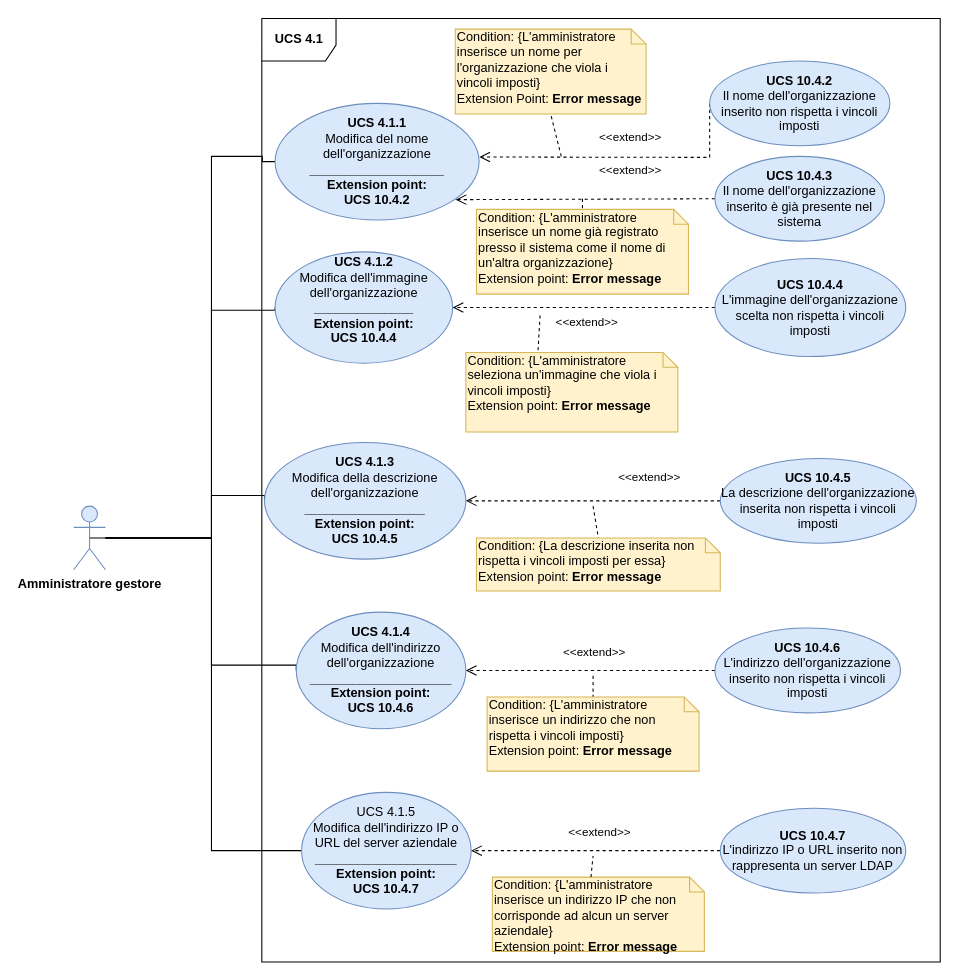
The draw.io diagram DocumentazioneEsterna/AnalisiDeiRequisiti/Sezioni/UseCase/draw.io/UC SERVER/4.1.drawio in qb-team/Stalker-Documentazione, before the edit. Source tidied: cells renumbered, new cells numbered last; positions are measured from the earlier drawing's top-left corner, leaving out a move shared by most shapes. Both pictures are drawn from the tidied source at 106%, with x=0, y=0 at pixel (73, 18).
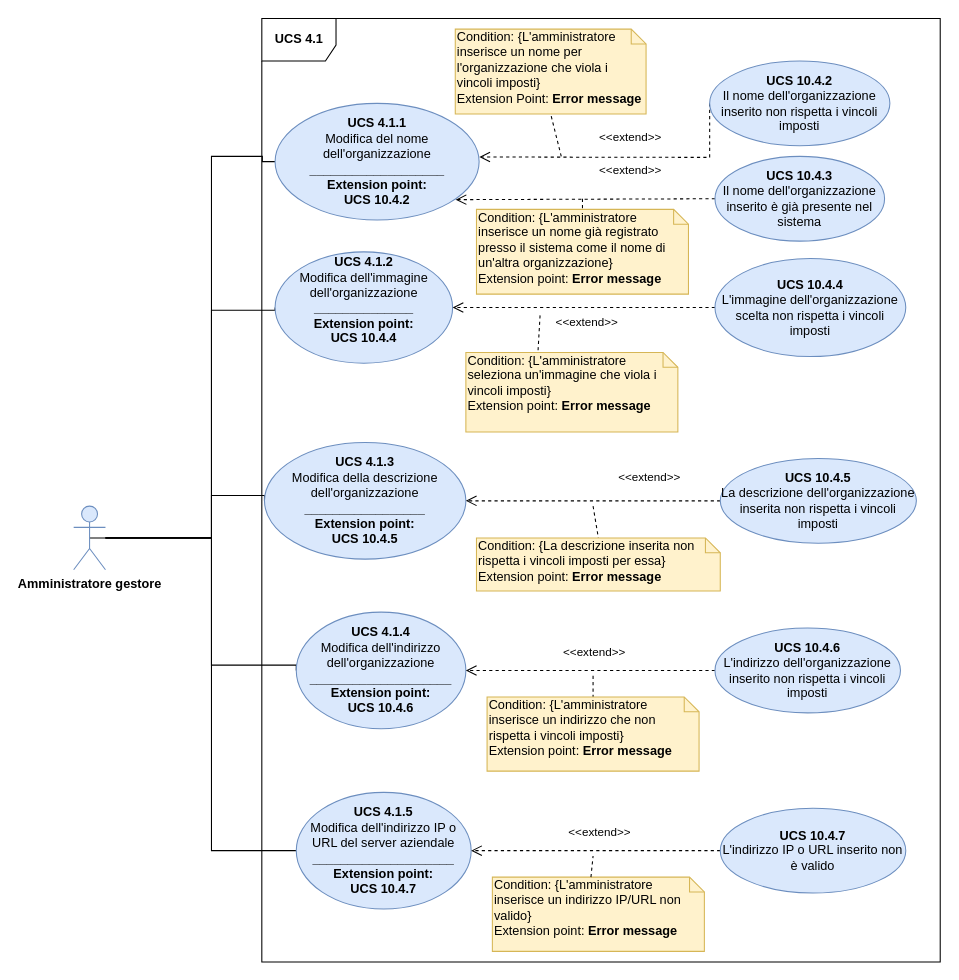
Above is the later version.

The edit, as a diff of the source:
```diff
@@
-    <mxCell id="33" value="UCS 4.1.5&lt;br&gt;Modifica dell'indirizzo IP o URL del server aziendale&lt;br&gt;&lt;b&gt;____________________&lt;/b&gt;&lt;br&gt;&lt;b&gt;Extension point:&lt;br&gt;UCS 10.4.7&lt;/b&gt;" style="ellipse;whiteSpace=wrap;html=1;fillColor=#dae8fc;strokeColor=#6c8ebf;" parent="1" vertex="1">
-      <mxGeometry x="215" y="730" width="160" height="110" as="geometry" />
+    <mxCell id="33" value="&lt;b&gt;UCS 4.1.5&lt;/b&gt;&lt;br&gt;Modifica dell'indirizzo IP o URL del server aziendale&lt;br&gt;&lt;b&gt;____________________&lt;/b&gt;&lt;br&gt;&lt;b&gt;Extension point:&lt;br&gt;UCS 10.4.7&lt;/b&gt;" style="ellipse;whiteSpace=wrap;html=1;fillColor=#dae8fc;strokeColor=#6c8ebf;" parent="1" vertex="1">
+      <mxGeometry x="210" y="730" width="165" height="110" as="geometry" />
     </mxCell>
@@
-    <mxCell id="35" value="&lt;b&gt;UCS 10.4.7&lt;br&gt;&lt;/b&gt;L'indirizzo IP o URL inserito non rappresenta un server LDAP" style="ellipse;whiteSpace=wrap;html=1;fillColor=#dae8fc;strokeColor=#6c8ebf;" parent="1" vertex="1">
+    <mxCell id="35" value="&lt;b&gt;UCS 10.4.7&lt;br&gt;&lt;/b&gt;L'indirizzo IP o URL inserito non è valido" style="ellipse;whiteSpace=wrap;html=1;fillColor=#dae8fc;strokeColor=#6c8ebf;" parent="1" vertex="1">
       <mxGeometry x="610" y="745" width="175" height="80" as="geometry" />
     </mxCell>
-    <mxCell id="36" value="Condition: {L'amministratore inserisce un indirizzo IP che non corrisponde ad alcun un server aziendale}&lt;br&gt;Extension point: &lt;b&gt;Error message&lt;/b&gt;" style="shape=note;whiteSpace=wrap;html=1;size=14;verticalAlign=top;align=left;spacingTop=-6;fillColor=#fff2cc;strokeColor=#d6b656;" parent="1" vertex="1">
+    <mxCell id="36" value="Condition: {L'amministratore inserisce un indirizzo IP/URL non valido}&lt;br&gt;Extension point: &lt;b&gt;Error message&lt;/b&gt;" style="shape=note;whiteSpace=wrap;html=1;size=14;verticalAlign=top;align=left;spacingTop=-6;fillColor=#fff2cc;strokeColor=#d6b656;" parent="1" vertex="1">
       <mxGeometry x="395" y="810" width="200" height="70" as="geometry" />
     </mxCell>
```
